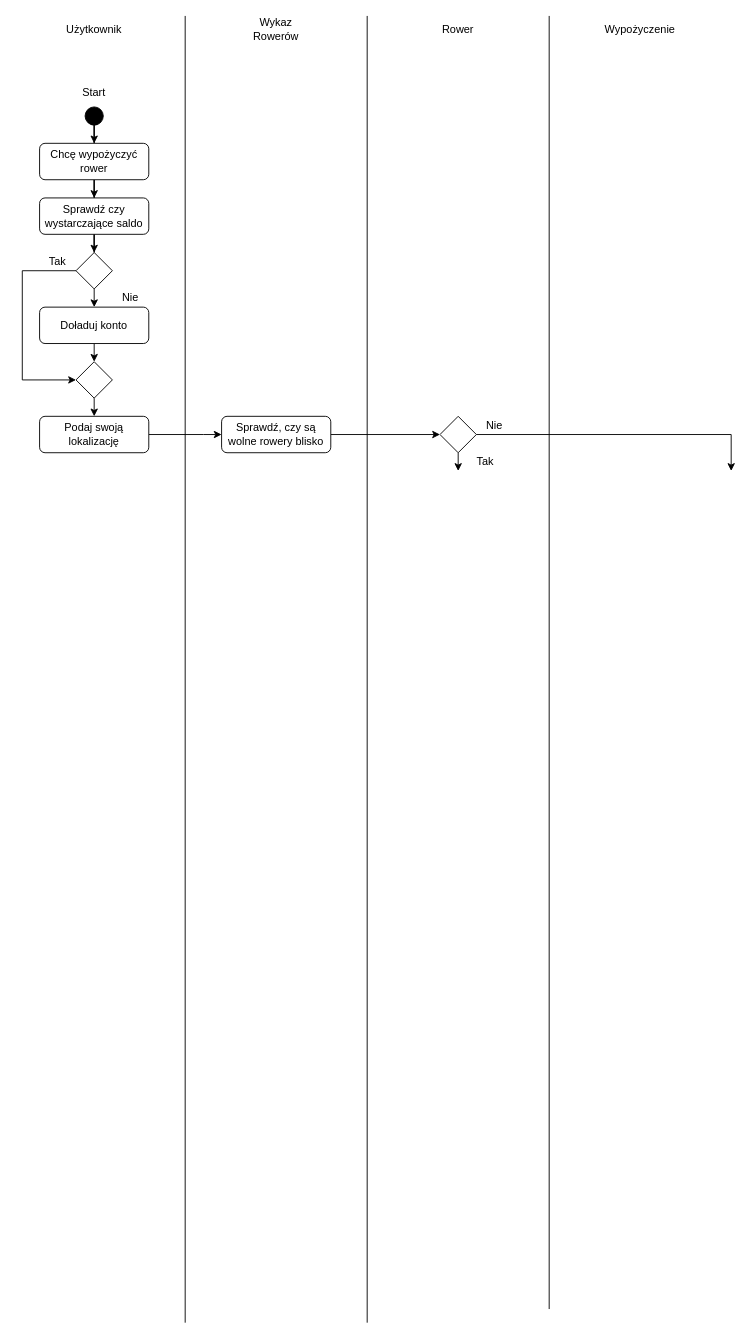
Before: DiagramCzynnosci.drawio in KarolinaPiechowicz05/2024-12-31, a draw.io diagram. Source tidied: cells renumbered, new cells numbered last; positions are measured from the earlier drawing's top-left corner, leaving out a move shared by most shapes. Both pictures are drawn from the tidied source at 91%, with x=0, y=0 at pixel (22, 15).
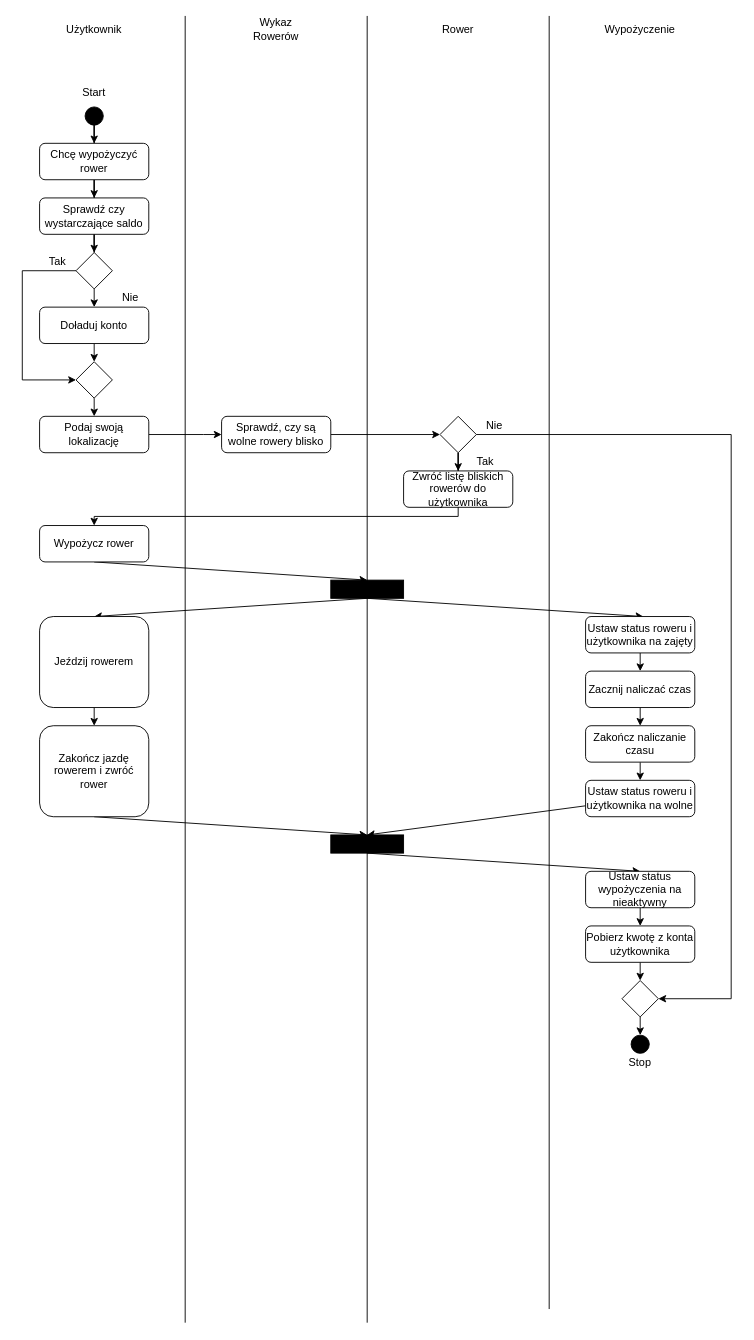
Above is the later version.

The change refers to these unchanged cells:
```xml
<mxCell id="24" style="rhombus;whiteSpace=wrap;html=1;" parent="1" vertex="1">
  <mxGeometry x="459" y="440" width="40" height="40" as="geometry" />
</mxCell>
```

Change to the diagram source:
```diff
@@
-    <mxCell id="23" style="edgeStyle=orthogonalEdgeStyle;rounded=0;jettySize=auto;html=1;" parent="1" edge="1" source="24">
-      <mxGeometry relative="1" as="geometry">
-        <mxPoint x="479" y="500" as="targetPoint" />
-      </mxGeometry>
+    <mxCell id="23" style="edgeStyle=orthogonalEdgeStyle;rounded=0;jettySize=auto;html=1;" parent="1" edge="1" source="24" target="35">
+      <mxGeometry relative="1" as="geometry" />
     </mxCell>
@@
-    <mxCell id="33" style="endArrow=classic;html=1;rounded=0;exitX=1;exitY=0.5;exitDx=0;exitDy=0;" parent="1" edge="1" source="24">
+    <mxCell id="33" style="endArrow=classic;html=1;rounded=0;exitX=1;exitY=0.5;exitDx=0;exitDy=0;entryX=1;entryY=0.5;entryDx=0;entryDy=0;" parent="1" edge="1" source="24" target="61">
       <mxGeometry relative="1" as="geometry">
-        <mxPoint x="779" y="500" as="targetPoint" />
         <Array as="points">
           <mxPoint x="779" y="460" />
+          <mxPoint x="779" y="1080" />
         </Array>
       </mxGeometry>
     </mxCell>
+    <mxCell id="34" style="edgeStyle=orthogonalEdgeStyle;rounded=0;orthogonalLoop=1;jettySize=auto;html=1;" parent="1" edge="1">
+      <mxGeometry relative="1" as="geometry">
+        <mxPoint x="479" y="530" as="sourcePoint" />
+        <mxPoint x="79" y="560" as="targetPoint" />
+        <Array as="points">
+          <mxPoint x="479" y="550" />
+          <mxPoint x="79" y="550" />
+        </Array>
+      </mxGeometry>
+    </mxCell>
+    <mxCell id="35" value="Zwróć listę bliskich rowerów do użytkownika" style="rounded=1;whiteSpace=wrap;html=1;" parent="1" vertex="1">
+      <mxGeometry x="419" y="500" width="120" height="40" as="geometry" />
+    </mxCell>
+    <mxCell id="36" style="rounded=0;jettySize=auto;html=1;exitX=0.5;exitY=1;exitDx=0;exitDy=0;entryX=0.5;entryY=0;entryDx=0;entryDy=0;" parent="1" edge="1" source="37" target="39">
+      <mxGeometry relative="1" as="geometry" />
+    </mxCell>
+    <mxCell id="37" value="Wypożycz rower" style="rounded=1;whiteSpace=wrap;html=1;" parent="1" vertex="1">
+      <mxGeometry x="19" y="560" width="120" height="40" as="geometry" />
+    </mxCell>
+    <mxCell id="38" style="rounded=0;jettySize=auto;html=1;exitX=0.5;exitY=1;exitDx=0;exitDy=0;" parent="1" edge="1" source="39">
+      <mxGeometry relative="1" as="geometry">
+        <mxPoint x="79" y="660" as="targetPoint" />
+      </mxGeometry>
+    </mxCell>
+    <mxCell id="39" style="rounded=0;whiteSpace=wrap;html=1;strokeColor=#000000;fillColor=#000000;" parent="1" vertex="1">
+      <mxGeometry x="339" y="620" width="80" height="20" as="geometry" />
+    </mxCell>
+    <mxCell id="40" style="rounded=0;jettySize=auto;html=1;exitX=0.5;exitY=1;exitDx=0;exitDy=0;" parent="1" edge="1" source="39">
+      <mxGeometry relative="1" as="geometry">
+        <mxPoint x="682.4" y="660" as="targetPoint" />
+      </mxGeometry>
+    </mxCell>
+    <mxCell id="41" style="edgeStyle=orthogonalEdgeStyle;rounded=0;jettySize=auto;html=1;" parent="1" edge="1" source="42">
+      <mxGeometry relative="1" as="geometry">
+        <mxPoint x="79" y="780" as="targetPoint" />
+      </mxGeometry>
+    </mxCell>
+    <mxCell id="42" value="Jeździj rowerem" style="rounded=1;whiteSpace=wrap;html=1;" parent="1" vertex="1">
+      <mxGeometry x="19" y="660" width="120" height="100" as="geometry" />
+    </mxCell>
+    <mxCell id="43" style="edgeStyle=orthogonalEdgeStyle;rounded=0;jettySize=auto;html=1;exitX=0.5;exitY=1;exitDx=0;exitDy=0;entryX=0.5;entryY=0;entryDx=0;entryDy=0;" parent="1" edge="1" source="44" target="46">
+      <mxGeometry relative="1" as="geometry" />
+    </mxCell>
+    <mxCell id="44" value="Ustaw status roweru i użytkownika na zajęty" style="rounded=1;whiteSpace=wrap;html=1;" parent="1" vertex="1">
+      <mxGeometry x="619" y="660" width="120" height="40" as="geometry" />
+    </mxCell>
+    <mxCell id="45" style="edgeStyle=orthogonalEdgeStyle;rounded=0;jettySize=auto;html=1;" parent="1" edge="1" source="46">
+      <mxGeometry relative="1" as="geometry">
+        <mxPoint x="679" y="780" as="targetPoint" />
+      </mxGeometry>
+    </mxCell>
+    <mxCell id="46" value="Zacznij naliczać czas" style="rounded=1;whiteSpace=wrap;html=1;" parent="1" vertex="1">
+      <mxGeometry x="619" y="720" width="120" height="40" as="geometry" />
+    </mxCell>
+    <mxCell id="47" style="rounded=0;jettySize=auto;html=1;entryX=0.5;entryY=0;entryDx=0;entryDy=0;exitX=0.5;exitY=1;exitDx=0;exitDy=0;" parent="1" edge="1" source="48" target="54">
+      <mxGeometry relative="1" as="geometry" />
+    </mxCell>
+    <mxCell id="48" value="Zakończ jazdę rowerem i zwróć rower" style="rounded=1;whiteSpace=wrap;html=1;" parent="1" vertex="1">
+      <mxGeometry x="19" y="780" width="120" height="100" as="geometry" />
+    </mxCell>
+    <mxCell id="49" style="edgeStyle=orthogonalEdgeStyle;rounded=0;jettySize=auto;html=1;exitX=0.5;exitY=1;exitDx=0;exitDy=0;entryX=0.5;entryY=0;entryDx=0;entryDy=0;" parent="1" edge="1" source="50" target="52">
+      <mxGeometry relative="1" as="geometry" />
+    </mxCell>
+    <mxCell id="50" value="Zakończ naliczanie czasu" style="rounded=1;whiteSpace=wrap;html=1;" parent="1" vertex="1">
+      <mxGeometry x="619" y="780" width="120" height="40" as="geometry" />
+    </mxCell>
+    <mxCell id="51" style="rounded=0;jettySize=auto;html=1;entryX=0.5;entryY=0;entryDx=0;entryDy=0;" parent="1" edge="1" source="52" target="54">
+      <mxGeometry relative="1" as="geometry" />
+    </mxCell>
+    <mxCell id="52" value="Ustaw status roweru i użytkownika na wolne" style="rounded=1;whiteSpace=wrap;html=1;" parent="1" vertex="1">
+      <mxGeometry x="619" y="840" width="120" height="40" as="geometry" />
+    </mxCell>
+    <mxCell id="53" style="rounded=0;jettySize=auto;html=1;exitX=0.5;exitY=1;exitDx=0;exitDy=0;entryX=0.5;entryY=0;entryDx=0;entryDy=0;" parent="1" edge="1" source="54" target="56">
+      <mxGeometry relative="1" as="geometry" />
+    </mxCell>
+    <mxCell id="54" style="rounded=0;whiteSpace=wrap;html=1;strokeColor=#000000;fillColor=#000000;" parent="1" vertex="1">
+      <mxGeometry x="339" y="900" width="80" height="20" as="geometry" />
+    </mxCell>
+    <mxCell id="55" style="rounded=0;jettySize=auto;html=1;exitX=0.5;exitY=1;exitDx=0;exitDy=0;entryX=0.5;entryY=0;entryDx=0;entryDy=0;edgeStyle=orthogonalEdgeStyle;" parent="1" edge="1" source="56" target="58">
+      <mxGeometry relative="1" as="geometry">
+        <Array as="points">
+          <mxPoint x="679" y="1000" />
+          <mxPoint x="679" y="1000" />
+        </Array>
+      </mxGeometry>
+    </mxCell>
+    <mxCell id="56" value="Ustaw status wypożyczenia na nieaktywny" style="rounded=1;whiteSpace=wrap;html=1;" parent="1" vertex="1">
+      <mxGeometry x="619" y="940" width="120" height="40" as="geometry" />
+    </mxCell>
+    <mxCell id="57" style="edgeStyle=orthogonalEdgeStyle;rounded=0;jettySize=auto;html=1;exitX=0.5;exitY=1;exitDx=0;exitDy=0;entryX=0.5;entryY=0;entryDx=0;entryDy=0;" parent="1" edge="1" source="58" target="61">
+      <mxGeometry relative="1" as="geometry" />
+    </mxCell>
+    <mxCell id="58" value="Pobierz kwotę z konta użytkownika" style="rounded=1;whiteSpace=wrap;html=1;" parent="1" vertex="1">
+      <mxGeometry x="619" y="1000" width="120" height="40" as="geometry" />
+    </mxCell>
+    <mxCell id="59" style="ellipse;whiteSpace=wrap;html=1;fillColor=#000000;" parent="1" vertex="1">
+      <mxGeometry x="669" y="1120" width="20" height="20" as="geometry" />
+    </mxCell>
+    <mxCell id="60" style="edgeStyle=orthogonalEdgeStyle;rounded=0;jettySize=auto;html=1;exitX=0.5;exitY=1;exitDx=0;exitDy=0;entryX=0.5;entryY=0;entryDx=0;entryDy=0;" parent="1" edge="1" source="61" target="59">
+      <mxGeometry relative="1" as="geometry" />
+    </mxCell>
+    <mxCell id="61" style="rhombus;whiteSpace=wrap;html=1;" parent="1" vertex="1">
+      <mxGeometry x="659" y="1060" width="40" height="40" as="geometry" />
+    </mxCell>
+    <mxCell id="62" value="Stop" style="text;html=1;align=center;verticalAlign=middle;whiteSpace=wrap;rounded=0;" parent="1" vertex="1">
+      <mxGeometry x="649" y="1140" width="60" height="20" as="geometry" />
+    </mxCell>
```
